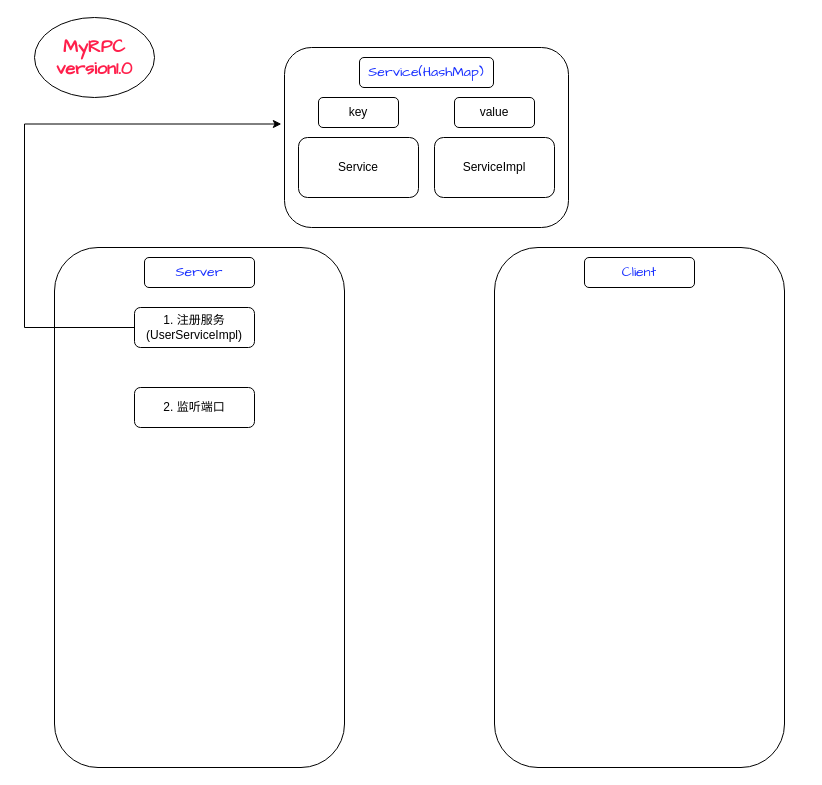
Above: MyRPC/MyRPC-version1.0.drawio in hourhl/Draw-io (draw.io), before the change. Source tidied: cells renumbered, new cells numbered last; positions are measured from the earlier drawing's top-left corner, leaving out a move shared by most shapes. Both pictures are drawn from the tidied source at 100%, with x=0, y=0 at pixel (24, 17).
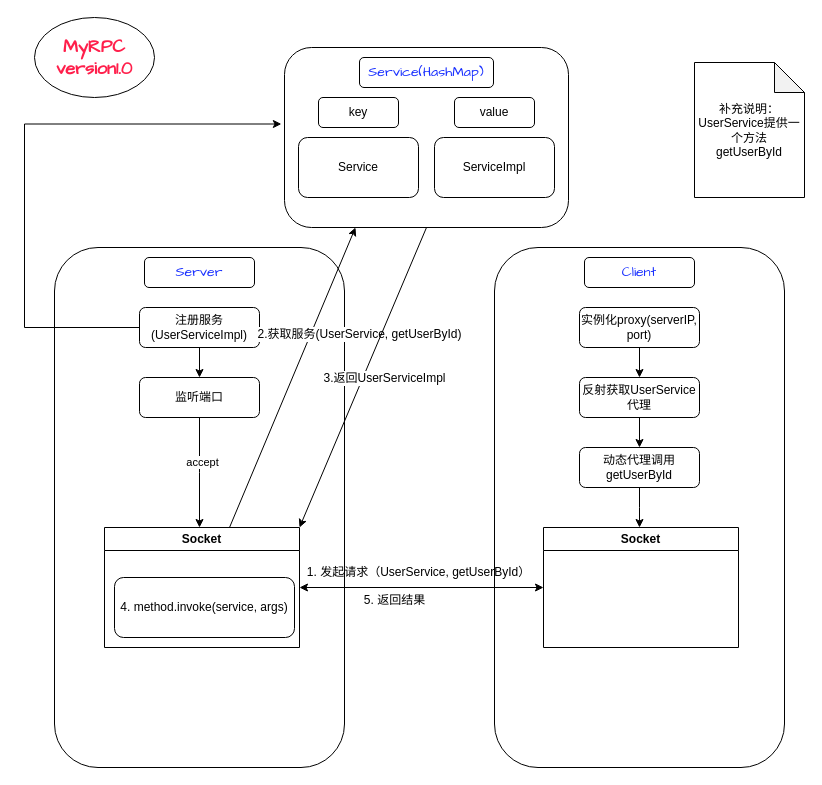
After the change.

The change refers to these unchanged cells:
```xml
<mxCell id="2" value="&lt;div&gt;&lt;br&gt;&lt;/div&gt;" style="rounded=1;whiteSpace=wrap;html=1;" parent="1" vertex="1">
  <mxGeometry x="260" y="30" width="284" height="180" as="geometry" />
</mxCell>
```

The edit, as a diff of the source:
```diff
@@
+    <mxCell id="16" style="edgeStyle=orthogonalEdgeStyle;rounded=0;jettySize=auto;html=1;" parent="1" edge="1" source="14" target="26">
+      <mxGeometry relative="1" as="geometry" />
+    </mxCell>
-    <mxCell id="14" value="1. 注册服务(UserServiceImpl)" style="rounded=1;whiteSpace=wrap;html=1;" parent="1" vertex="1">
-      <mxGeometry x="110" y="290" width="120" height="40" as="geometry" />
+    <mxCell id="14" value="注册服务(UserServiceImpl)" style="rounded=1;whiteSpace=wrap;html=1;" parent="1" vertex="1">
+      <mxGeometry x="115" y="290" width="120" height="40" as="geometry" />
     </mxCell>
-    <mxCell id="15" value="2. 监听端口" style="rounded=1;whiteSpace=wrap;html=1;" parent="1" vertex="1">
-      <mxGeometry x="110" y="370" width="120" height="40" as="geometry" />
-    </mxCell>
+    <mxCell id="17" style="edgeStyle=orthogonalEdgeStyle;rounded=0;jettySize=auto;html=1;" parent="1" edge="1" source="18" target="20">
+      <mxGeometry relative="1" as="geometry" />
+    </mxCell>
+    <mxCell id="18" value="实例化proxy(serverIP, port)" style="rounded=1;whiteSpace=wrap;html=1;" parent="1" vertex="1">
+      <mxGeometry x="555" y="290" width="120" height="40" as="geometry" />
+    </mxCell>
+    <mxCell id="19" style="edgeStyle=orthogonalEdgeStyle;rounded=0;jettySize=auto;html=1;" parent="1" edge="1" source="20" target="23">
+      <mxGeometry relative="1" as="geometry" />
+    </mxCell>
+    <mxCell id="20" value="反射获取UserService代理" style="rounded=1;whiteSpace=wrap;html=1;" parent="1" vertex="1">
+      <mxGeometry x="555" y="360" width="120" height="40" as="geometry" />
+    </mxCell>
+    <mxCell id="21" value="补充说明：&lt;div&gt;UserService提供一个方法&lt;/div&gt;&lt;div&gt;getUserById&lt;/div&gt;" style="shape=note;whiteSpace=wrap;html=1;backgroundOutline=1;darkOpacity=0.05;" parent="1" vertex="1">
+      <mxGeometry x="670" y="45" width="110" height="135" as="geometry" />
+    </mxCell>
+    <mxCell id="22" style="edgeStyle=orthogonalEdgeStyle;rounded=0;jettySize=auto;html=1;" parent="1" edge="1" source="23">
+      <mxGeometry relative="1" as="geometry">
+        <mxPoint x="615" y="510" as="targetPoint" />
+      </mxGeometry>
+    </mxCell>
+    <mxCell id="23" value="动态代理调用getUserById" style="rounded=1;whiteSpace=wrap;html=1;" parent="1" vertex="1">
+      <mxGeometry x="555" y="430" width="120" height="40" as="geometry" />
+    </mxCell>
+    <mxCell id="24" style="edgeStyle=orthogonalEdgeStyle;rounded=0;jettySize=auto;html=1;" parent="1" edge="1" source="26">
+      <mxGeometry relative="1" as="geometry">
+        <mxPoint x="175" y="510" as="targetPoint" />
+      </mxGeometry>
+    </mxCell>
+    <mxCell id="25" value="accept" style="edgeLabel;html=1;align=center;verticalAlign=middle;" parent="24" vertex="1">
+      <mxGeometry x="-0.2" y="2" relative="1" as="geometry" />
+    </mxCell>
+    <mxCell id="26" value="监听端口" style="rounded=1;whiteSpace=wrap;html=1;" parent="1" vertex="1">
+      <mxGeometry x="115" y="360" width="120" height="40" as="geometry" />
+    </mxCell>
+    <mxCell id="27" value="1. 发起请求（UserService, getUserById）" style="text;html=1;align=center;verticalAlign=middle;strokeColor=none;fillColor=none;" parent="1" vertex="1">
+      <mxGeometry x="269" y="540" width="250" height="30" as="geometry" />
+    </mxCell>
+    <mxCell id="28" style="endArrow=classic;html=1;rounded=0;exitX=0.75;exitY=0;exitDx=0;exitDy=0;entryX=0.25;entryY=1;entryDx=0;entryDy=0;" parent="1" edge="1" target="2">
+      <mxGeometry relative="1" as="geometry">
+        <mxPoint x="205" y="510" as="sourcePoint" />
+      </mxGeometry>
+    </mxCell>
+    <mxCell id="29" value="&lt;font style=&quot;font-size: 12px;&quot;&gt;2.获取服务(UserService, getUserById)&lt;/font&gt;" style="edgeLabel;html=1;align=center;verticalAlign=middle;" parent="28" vertex="1">
+      <mxGeometry x="0.07" y="-2" relative="1" as="geometry">
+        <mxPoint x="60" y="-34" as="offset" />
+      </mxGeometry>
+    </mxCell>
+    <mxCell id="30" value="Socket" style="swimlane;whiteSpace=wrap;html=1;" parent="1" vertex="1">
+      <mxGeometry x="80" y="510" width="195" height="120" as="geometry" />
+    </mxCell>
+    <mxCell id="31" style="endArrow=classic;html=1;rounded=0;exitX=0.5;exitY=1;exitDx=0;exitDy=0;entryX=1;entryY=0;entryDx=0;entryDy=0;" parent="1" edge="1" source="2" target="30">
+      <mxGeometry relative="1" as="geometry" />
+    </mxCell>
+    <mxCell id="32" value="&lt;font style=&quot;font-size: 12px;&quot;&gt;3.返回UserServiceImpl&lt;/font&gt;" style="edgeLabel;html=1;align=center;verticalAlign=middle;" parent="31" vertex="1">
+      <mxGeometry x="-0.01" y="3" relative="1" as="geometry">
+        <mxPoint x="18" y="1" as="offset" />
+      </mxGeometry>
+    </mxCell>
+    <mxCell id="33" value="Socket" style="swimlane;whiteSpace=wrap;html=1;" parent="1" vertex="1">
+      <mxGeometry x="519" y="510" width="195" height="120" as="geometry" />
+    </mxCell>
+    <mxCell id="34" style="endArrow=classic;startArrow=classic;html=1;rounded=0;exitX=1;exitY=0.5;exitDx=0;exitDy=0;entryX=0;entryY=0.5;entryDx=0;entryDy=0;" parent="1" edge="1" source="30" target="33">
+      <mxGeometry relative="1" as="geometry" />
+    </mxCell>
+    <mxCell id="35" value="4. method.invoke(service, args)" style="rounded=1;whiteSpace=wrap;html=1;" parent="1" vertex="1">
+      <mxGeometry x="90" y="560" width="180" height="60" as="geometry" />
+    </mxCell>
+    <mxCell id="36" value="5. 返回结果" style="text;html=1;align=center;verticalAlign=middle;strokeColor=none;fillColor=none;" parent="1" vertex="1">
+      <mxGeometry x="330" y="568" width="80" height="30" as="geometry" />
+    </mxCell>
```
